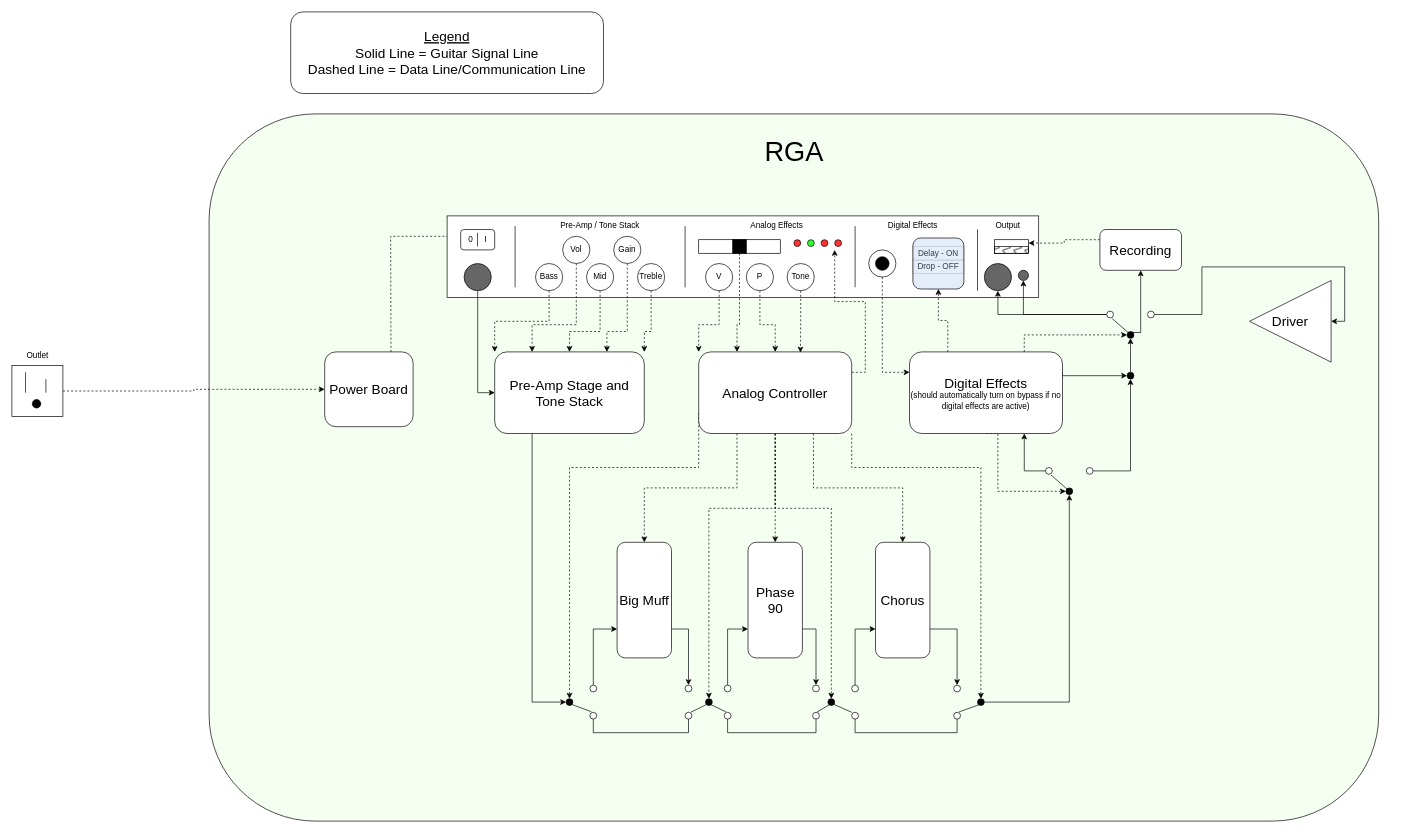
Earlier version of the draw.io diagram Organizational/high level design/RGA High Level Diagram.drawio (kyledenobel/RGA). Source tidied: cells renumbered, new cells numbered last; positions are measured from the earlier drawing's top-left corner, leaving out a move shared by most shapes. Both pictures are drawn from the tidied source at 68%, with x=0, y=0 at pixel (12, 12).
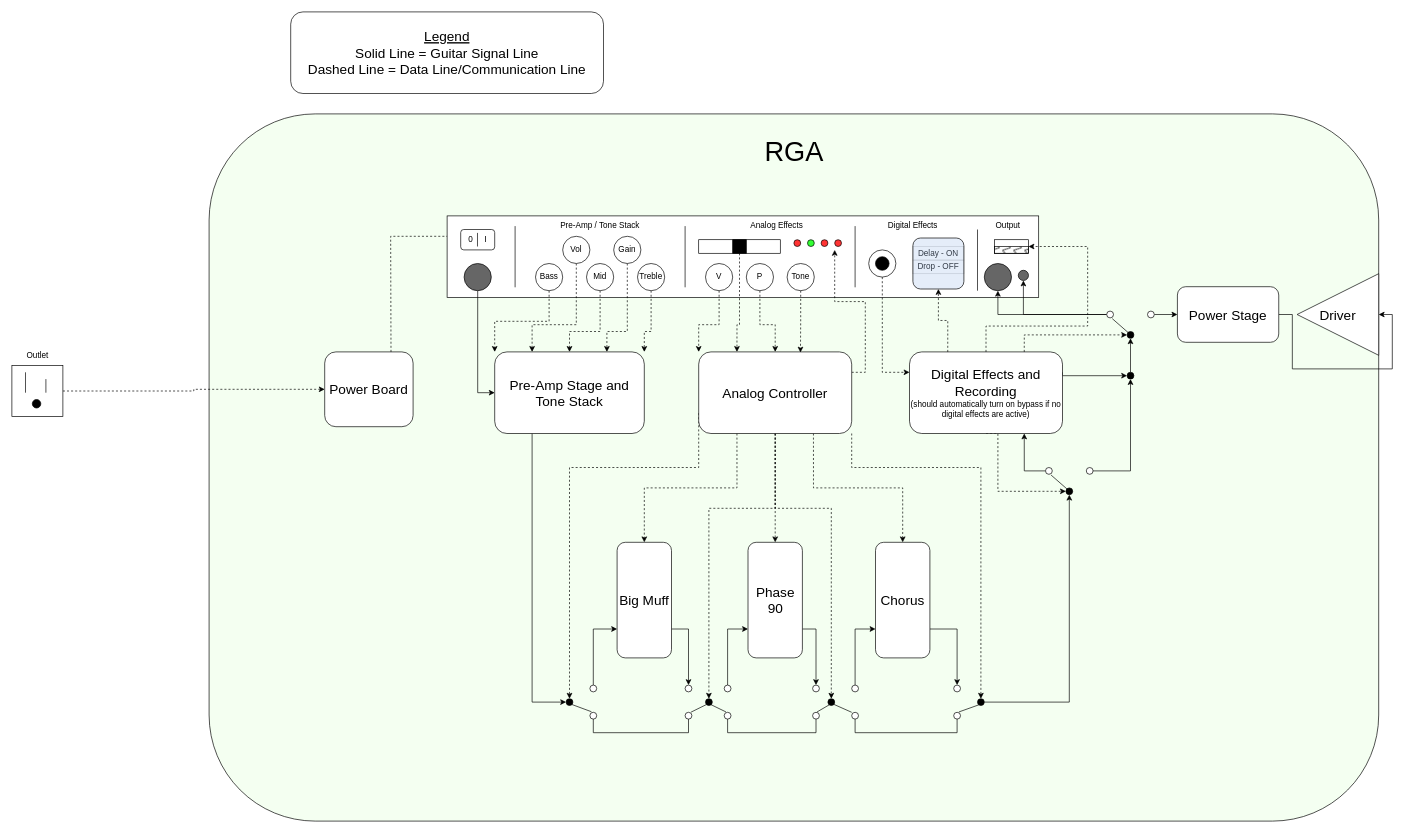
The same page after the edit.

Commit message:
changed the high level diagram to match current board scopes. Digital board now includes recording.

The change refers to these unchanged cells:
```xml
<mxCell id="40" style="rounded=0;whiteSpace=wrap;html=1;" parent="1" vertex="1">
  <mxGeometry x="1445" y="335" width="50" height="20" as="geometry" />
</mxCell>
<mxCell id="43" style="rounded=0;whiteSpace=wrap;html=1;fillColor=#4D4D4D;gradientColor=none;gradientDirection=north;fillStyle=zigzag-line;" parent="1" vertex="1">
  <mxGeometry x="1445" y="345" width="50" height="10" as="geometry" />
</mxCell>
<mxCell id="116" style="ellipse;whiteSpace=wrap;html=1;" parent="1" vertex="1">
  <mxGeometry x="1670" y="440" width="10" height="10" as="geometry" />
</mxCell>
<mxCell id="119" style="ellipse;whiteSpace=wrap;html=1;fillColor=#000000;" parent="1" vertex="1">
  <mxGeometry x="1640" y="470" width="10" height="10" as="geometry" />
</mxCell>
```

Change to the diagram source:
```diff
@@
+    <mxCell id="129" style="edgeStyle=orthogonalEdgeStyle;rounded=0;jettySize=auto;html=1;exitX=0.5;exitY=0;exitDx=0;exitDy=0;entryX=1;entryY=0;entryDx=0;entryDy=0;dashed=1;" parent="1" edge="1" source="101" target="43">
+      <mxGeometry relative="1" as="geometry">
+        <Array as="points">
+          <mxPoint x="1433" y="462" />
+          <mxPoint x="1582" y="462" />
+          <mxPoint x="1582" y="345" />
+        </Array>
+      </mxGeometry>
+    </mxCell>
-    <mxCell id="101" value="&lt;font style=&quot;font-size: 20px;&quot;&gt;Digital Effects&lt;/font&gt;&lt;div&gt;(should automatically turn on bypass if no digital effects are active)&lt;/div&gt;" style="rounded=1;whiteSpace=wrap;html=1;" parent="1" vertex="1">
+    <mxCell id="101" value="&lt;font style=&quot;font-size: 20px;&quot;&gt;Digital Effects and Recording&lt;/font&gt;&lt;div&gt;(should automatically turn on bypass if no digital effects are active)&lt;/div&gt;" style="rounded=1;whiteSpace=wrap;html=1;" parent="1" vertex="1">
       <mxGeometry x="1320" y="500" width="225" height="120" as="geometry" />
     </mxCell>
@@
-    <mxCell id="110" style="edgeStyle=orthogonalEdgeStyle;rounded=0;jettySize=auto;html=1;exitX=0;exitY=0.25;exitDx=0;exitDy=0;entryX=1;entryY=0.25;entryDx=0;entryDy=0;dashed=1;" parent="1" edge="1" source="111" target="40">
-      <mxGeometry relative="1" as="geometry" />
-    </mxCell>
-    <mxCell id="111" value="&lt;font style=&quot;font-size: 20px;&quot;&gt;Recording&lt;/font&gt;" style="rounded=1;whiteSpace=wrap;html=1;" parent="1" vertex="1">
-      <mxGeometry x="1600" y="320" width="120" height="60" as="geometry" />
-    </mxCell>
@@
-    <mxCell id="115" style="edgeStyle=orthogonalEdgeStyle;rounded=0;jettySize=auto;html=1;exitX=1;exitY=0.5;exitDx=0;exitDy=0;entryX=1;entryY=0.5;entryDx=0;entryDy=0;" parent="1" edge="1" source="116" target="120">
-      <mxGeometry relative="1" as="geometry" />
-    </mxCell>
+    <mxCell id="130" style="edgeStyle=orthogonalEdgeStyle;rounded=0;jettySize=auto;html=1;exitX=1;exitY=0.5;exitDx=0;exitDy=0;entryX=0;entryY=0.5;entryDx=0;entryDy=0;" parent="1" edge="1" source="116" target="132">
+      <mxGeometry relative="1" as="geometry" />
+    </mxCell>
@@
-    <mxCell id="118" style="edgeStyle=orthogonalEdgeStyle;rounded=0;jettySize=auto;html=1;exitX=1;exitY=0;exitDx=0;exitDy=0;entryX=0.5;entryY=1;entryDx=0;entryDy=0;" parent="1" edge="1" source="119" target="111">
-      <mxGeometry relative="1" as="geometry">
-        <Array as="points">
-          <mxPoint x="1660" y="471" />
-        </Array>
-      </mxGeometry>
-    </mxCell>
@@
     <mxCell id="120" value="&lt;font style=&quot;font-size: 20px;&quot;&gt;Driver&lt;/font&gt;" style="triangle;whiteSpace=wrap;html=1;flipH=1;legacyAnchorPoints=0;" parent="1" vertex="1">
-      <mxGeometry x="1820" y="395" width="120" height="120" as="geometry" />
+      <mxGeometry x="1890" y="385" width="120" height="120" as="geometry" />
     </mxCell>
@@
+    <mxCell id="131" style="edgeStyle=orthogonalEdgeStyle;rounded=0;jettySize=auto;html=1;exitX=1;exitY=0.5;exitDx=0;exitDy=0;entryX=1;entryY=0.5;entryDx=0;entryDy=0;" parent="1" edge="1" source="132" target="120">
+      <mxGeometry relative="1" as="geometry" />
+    </mxCell>
+    <mxCell id="132" value="&lt;font style=&quot;font-size: 20px;&quot;&gt;Power Stage&lt;/font&gt;" style="rounded=1;whiteSpace=wrap;html=1;" parent="1" vertex="1">
+      <mxGeometry x="1714" y="404.1" width="149" height="81.8" as="geometry" />
+    </mxCell>
```
